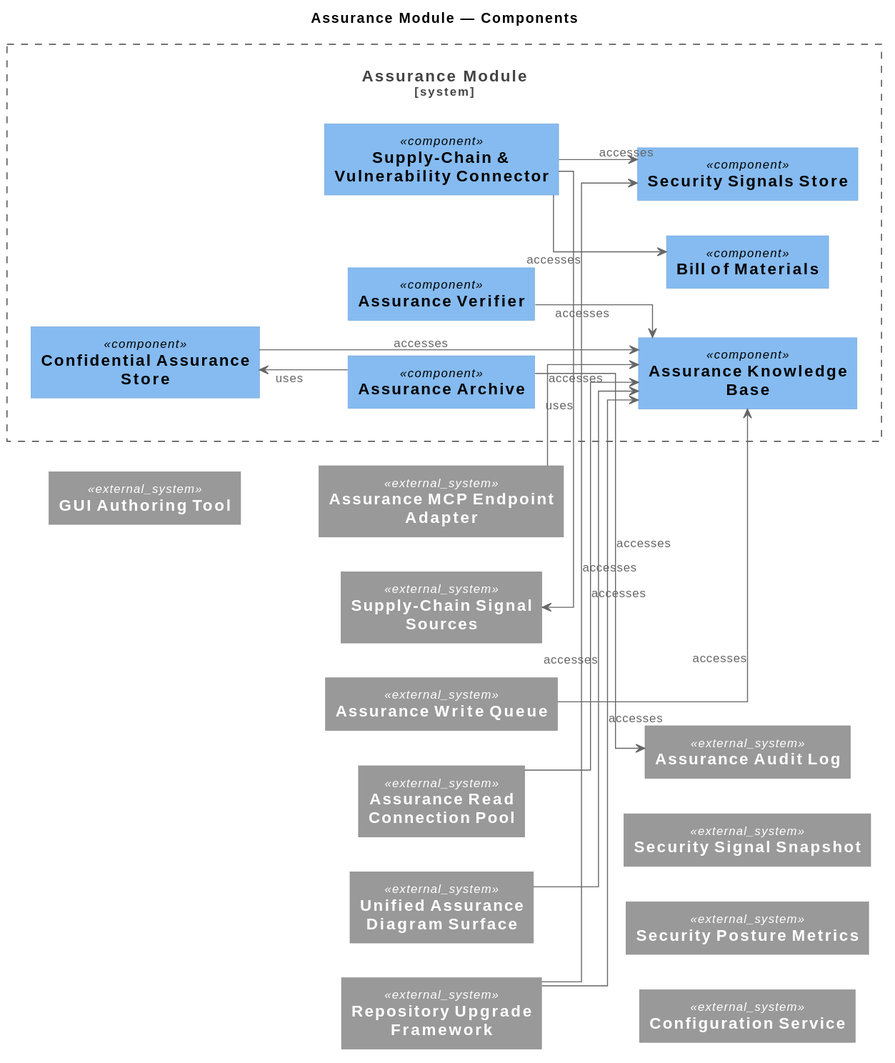
Earlier version of the PlantUML export engagements/ENG-ARCH-REPO/architecture-repository/diagram-catalog/rendered/assurance/CC@1780829796.SOoZQh.assurance-module-components.svg (mbauer83/architectonic).
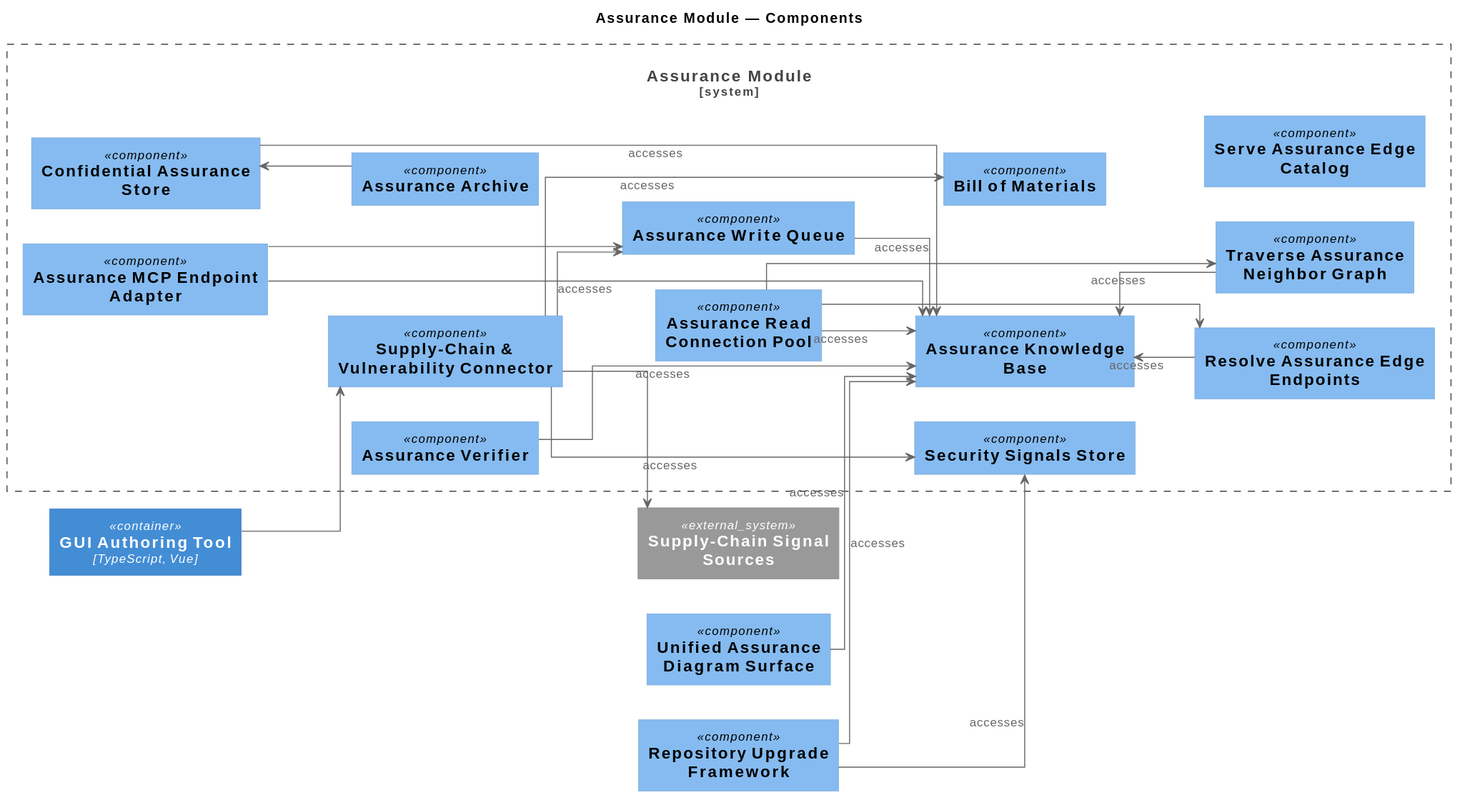
The same file after the commit.

The edit, as a diff of the source:
```diff
@@ -10,58 +10,60 @@
 title Assurance Module — Components
 
 System_Boundary(GRP_rW_2nX, "Assurance Module") {
+  Component(APP_m_U5S1, "Assurance MCP Endpoint Adapter", "")
   Component(APP_E0fzqZ, "Confidential Assurance Store", "")
   Component(APP_GnsLC8, "Assurance Archive", "")
   Component(APP_XFD85E, "Assurance Verifier", "")
   Component(APP_e2zPs6, "Supply-Chain & Vulnerability Connector", "")
+  Component(APP_uTC8zx, "Assurance Write Queue", "")
+  Component(APP_XWVKAX, "Assurance Read Connection Pool", "")
   Component(DOB_ApaPcg, "Assurance Knowledge Base", "")
   Component(DOB_dRnK_o, "Bill of Materials", "")
   Component(DOB_p04R7k, "Security Signals Store", "")
+  Component(FNC_EhfOy5, "Resolve Assurance Edge Endpoints", "")
+  Component(FNC_wHsa2g, "Traverse Assurance Neighbor Graph", "")
+  Component(FNC_xBRahY, "Serve Assurance Edge Catalog", "")
+  APP_m_U5S1 -[hidden]right- APP_E0fzqZ
   APP_E0fzqZ -[hidden]right- APP_GnsLC8
   APP_GnsLC8 -[hidden]right- APP_XFD85E
   APP_XFD85E -[hidden]right- APP_e2zPs6
-  APP_e2zPs6 -[hidden]right- DOB_ApaPcg
+  APP_e2zPs6 -[hidden]right- APP_uTC8zx
+  APP_uTC8zx -[hidden]right- APP_XWVKAX
+  APP_XWVKAX -[hidden]right- DOB_ApaPcg
   DOB_ApaPcg -[hidden]right- DOB_dRnK_o
   DOB_dRnK_o -[hidden]right- DOB_p04R7k
+  DOB_p04R7k -[hidden]right- FNC_EhfOy5
+  FNC_EhfOy5 -[hidden]right- FNC_wHsa2g
+  FNC_wHsa2g -[hidden]right- FNC_xBRahY
 
 }
 
-System_Ext(APP_lmO0mp, "GUI Authoring Tool")
-System_Ext(APP_m_U5S1, "Assurance MCP Endpoint Adapter")
+Container(APP_lmO0mp, "GUI Authoring Tool", "TypeScript, Vue")
 System_Ext(APP_JqIBPJ, "Supply-Chain Signal Sources")
-System_Ext(APP_uTC8zx, "Assurance Write Queue")
-System_Ext(APP_XWVKAX, "Assurance Read Connection Pool")
-System_Ext(APP_KqDjXG, "Unified Assurance Diagram Surface")
-System_Ext(APP_OZbaBh, "Repository Upgrade Framework")
-System_Ext(DOB_H_xFye, "Assurance Audit Log")
-System_Ext(DOB_IU4RE4, "Security Signal Snapshot")
-System_Ext(DOB_6ruT_G, "Security Posture Metrics")
-System_Ext(SRV_e5MCiF, "Configuration Service")
-
-GRP_rW_2nX -[hidden]right- APP_lmO0mp
-APP_lmO0mp -[hidden]right- APP_m_U5S1
-APP_m_U5S1 -[hidden]right- APP_JqIBPJ
-APP_JqIBPJ -[hidden]right- APP_uTC8zx
-APP_uTC8zx -[hidden]right- APP_XWVKAX
-APP_XWVKAX -[hidden]right- APP_KqDjXG
-APP_KqDjXG -[hidden]right- APP_OZbaBh
-APP_OZbaBh -[hidden]right- DOB_H_xFye
-DOB_H_xFye -[hidden]right- DOB_IU4RE4
-DOB_IU4RE4 -[hidden]right- DOB_6ruT_G
-DOB_6ruT_G -[hidden]right- SRV_e5MCiF
-
+Component(APP_KqDjXG, "Unified Assurance Diagram Surface", "")
+Component(APP_OZbaBh, "Repository Upgrade Framework", "")
 
 APP_m_U5S1 --> DOB_ApaPcg : accesses
-APP_GnsLC8 --> APP_E0fzqZ : uses
+APP_GnsLC8 --> APP_E0fzqZ
 APP_E0fzqZ --> DOB_ApaPcg : accesses
-APP_GnsLC8 --> DOB_H_xFye : accesses
 APP_XFD85E --> DOB_ApaPcg : accesses
 APP_e2zPs6 --> DOB_dRnK_o : accesses
 APP_e2zPs6 --> DOB_p04R7k : accesses
-APP_e2zPs6 --> APP_JqIBPJ : uses
+APP_e2zPs6 --> APP_JqIBPJ
+APP_m_U5S1 --> APP_uTC8zx
+APP_e2zPs6 --> APP_uTC8zx
 APP_uTC8zx --> DOB_ApaPcg : accesses
 APP_XWVKAX --> DOB_ApaPcg : accesses
+APP_XWVKAX --> FNC_EhfOy5
+APP_XWVKAX --> FNC_wHsa2g
 APP_KqDjXG --> DOB_ApaPcg : accesses
 APP_OZbaBh --> DOB_ApaPcg : accesses
 APP_OZbaBh --> DOB_p04R7k : accesses
+FNC_EhfOy5 --> DOB_ApaPcg : accesses
+FNC_wHsa2g --> DOB_ApaPcg : accesses
+APP_lmO0mp --> APP_e2zPs6
+
+APP_lmO0mp -[hidden]right- APP_JqIBPJ
+APP_JqIBPJ -[hidden]right- APP_KqDjXG
+APP_KqDjXG -[hidden]right- APP_OZbaBh
 @enduml
```
